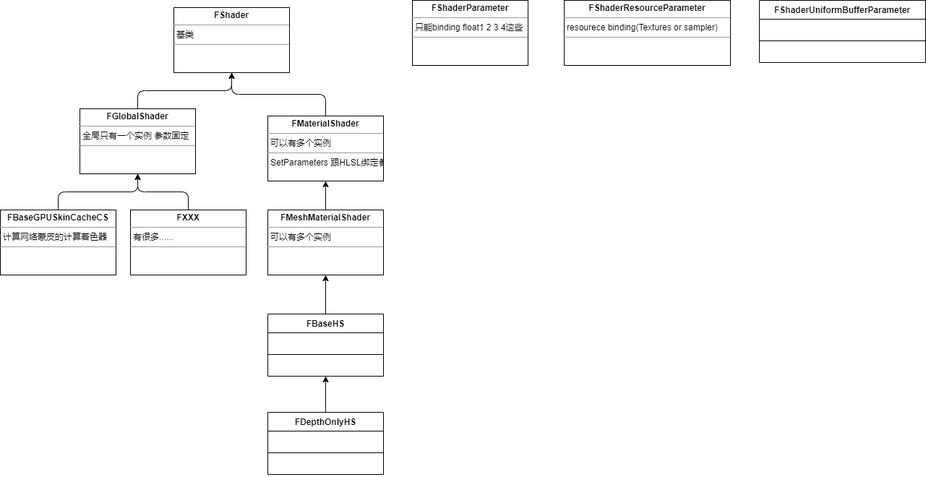
Before: drawio/UnrealShader.drawio.png, a diagram exported from draw.io (wlxklyh/book). Source tidied: cells renumbered, new cells last; positions are measured from the earlier drawing's top-left corner, leaving out a move shared by most shapes.
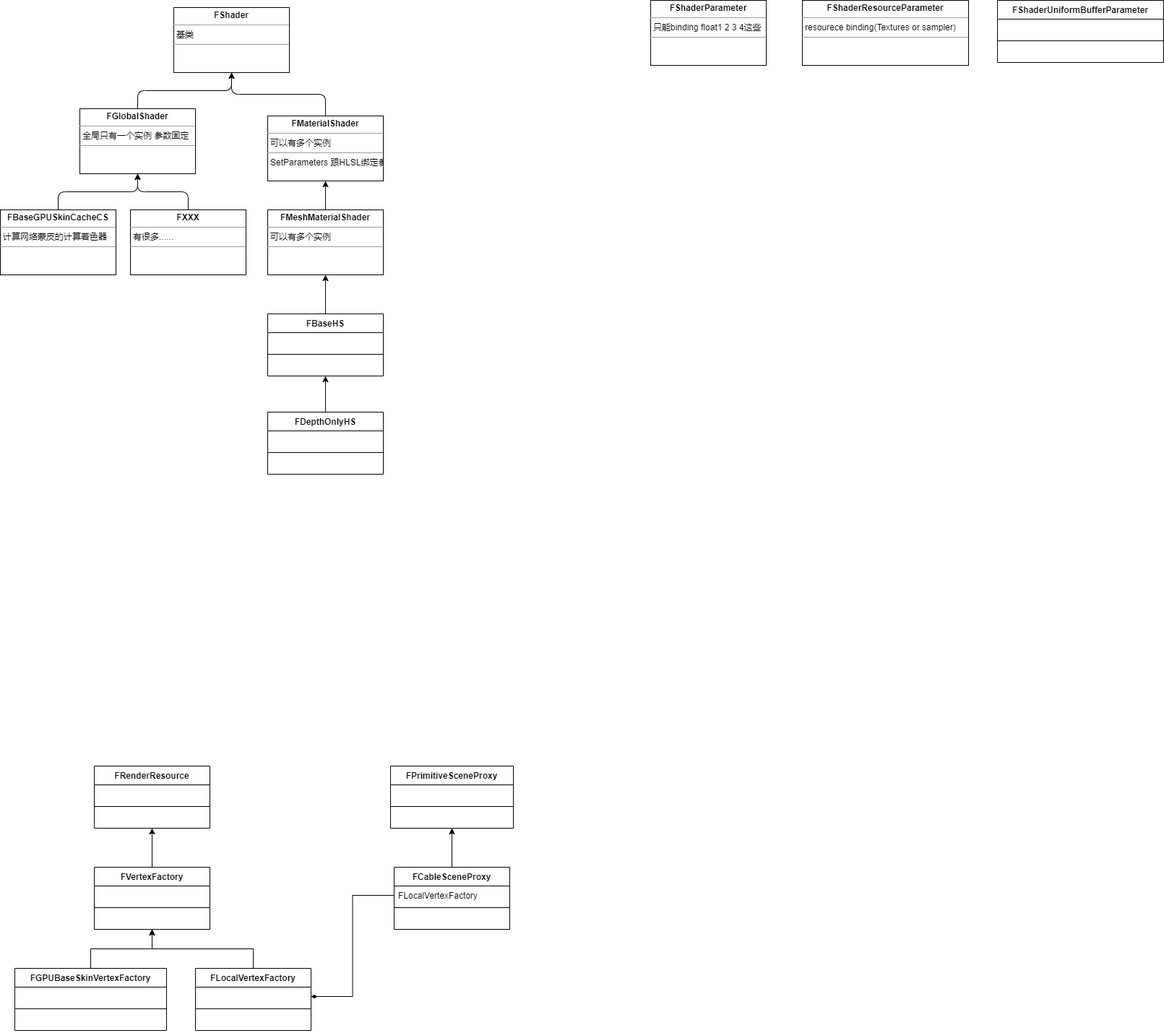
After the change.

What changed in the source:
```diff
@@ -36,13 +36,13 @@
       <mxGeometry x="180" y="290" width="160" height="90" as="geometry" />
     </mxCell>
     <mxCell id="13" value="&lt;p style=&quot;margin: 0px ; margin-top: 4px ; text-align: center&quot;&gt;&lt;b&gt;FShaderParameter&lt;/b&gt;&lt;/p&gt;&lt;hr size=&quot;1&quot;&gt;&lt;p style=&quot;margin: 0px ; margin-left: 4px&quot;&gt;只能binding float1 2 3 4这些&lt;/p&gt;&lt;hr size=&quot;1&quot;&gt;&lt;p style=&quot;margin: 0px ; margin-left: 4px&quot;&gt;&lt;br&gt;&lt;/p&gt;" style="verticalAlign=top;align=left;overflow=fill;fontSize=12;fontFamily=Helvetica;html=1;rounded=0;sketch=0;" parent="1" vertex="1">
-      <mxGeometry x="570" width="160" height="90" as="geometry" />
+      <mxGeometry x="900" width="160" height="90" as="geometry" />
     </mxCell>
     <mxCell id="14" value="&lt;p style=&quot;margin: 0px ; margin-top: 4px ; text-align: center&quot;&gt;&lt;b&gt;FShaderResourceParameter&lt;/b&gt;&lt;/p&gt;&lt;hr size=&quot;1&quot;&gt;&lt;p style=&quot;margin: 0px ; margin-left: 4px&quot;&gt;resourece binding(Textures or sampler)&lt;/p&gt;&lt;hr size=&quot;1&quot;&gt;&lt;p style=&quot;margin: 0px ; margin-left: 4px&quot;&gt;&lt;br&gt;&lt;/p&gt;" style="verticalAlign=top;align=left;overflow=fill;fontSize=12;fontFamily=Helvetica;html=1;rounded=0;sketch=0;" parent="1" vertex="1">
-      <mxGeometry x="780" width="230" height="90" as="geometry" />
+      <mxGeometry x="1110" width="230" height="90" as="geometry" />
     </mxCell>
     <mxCell id="15" value="FShaderUniformBufferParameter" style="swimlane;fontStyle=1;horizontal=1;startSize=26;" parent="1" vertex="1">
-      <mxGeometry x="1050" width="230" height="86" as="geometry" />
+      <mxGeometry x="1380" width="230" height="86" as="geometry" />
     </mxCell>
     <mxCell id="16" value=" " style="text;strokeColor=none;fillColor=none;align=left;verticalAlign=top;spacingLeft=4;spacingRight=4;overflow=hidden;" parent="15" vertex="1">
       <mxGeometry y="26" width="230" height="26" as="geometry" />
@@ -83,5 +83,92 @@
     <mxCell id="28" value=" " style="text;strokeColor=none;fillColor=none;align=left;verticalAlign=top;spacingLeft=4;spacingRight=4;overflow=hidden;" parent="25" vertex="1">
       <mxGeometry y="60" width="160" height="26" as="geometry" />
     </mxCell>
+    <mxCell id="29" value="FRenderResource" style="swimlane;fontStyle=1;horizontal=1;startSize=26;" parent="1" vertex="1">
+      <mxGeometry x="130" y="1060" width="160" height="86" as="geometry" />
+    </mxCell>
+    <mxCell id="30" value=" " style="text;strokeColor=none;fillColor=none;align=left;verticalAlign=top;spacingLeft=4;spacingRight=4;overflow=hidden;" parent="29" vertex="1">
+      <mxGeometry y="26" width="160" height="26" as="geometry" />
+    </mxCell>
+    <mxCell id="31" style="line;strokeWidth=1;fillColor=none;align=left;verticalAlign=middle;spacingTop=-1;spacingLeft=3;spacingRight=3;labelPosition=right;" parent="29" vertex="1">
+      <mxGeometry y="52" width="160" height="8" as="geometry" />
+    </mxCell>
+    <mxCell id="32" value=" " style="text;strokeColor=none;fillColor=none;align=left;verticalAlign=top;spacingLeft=4;spacingRight=4;overflow=hidden;" parent="29" vertex="1">
+      <mxGeometry y="60" width="160" height="26" as="geometry" />
+    </mxCell>
+    <mxCell id="33" style="edgeStyle=orthogonalEdgeStyle;rounded=0;jettySize=auto;html=1;" parent="1" edge="1" source="34" target="29">
+      <mxGeometry relative="1" as="geometry" />
+    </mxCell>
+    <mxCell id="34" value="FVertexFactory" style="swimlane;fontStyle=1;horizontal=1;startSize=26;" parent="1" vertex="1">
+      <mxGeometry x="130" y="1200" width="160" height="86" as="geometry" />
+    </mxCell>
+    <mxCell id="35" value=" " style="text;strokeColor=none;fillColor=none;align=left;verticalAlign=top;spacingLeft=4;spacingRight=4;overflow=hidden;" parent="34" vertex="1">
+      <mxGeometry y="26" width="160" height="26" as="geometry" />
+    </mxCell>
+    <mxCell id="36" style="line;strokeWidth=1;fillColor=none;align=left;verticalAlign=middle;spacingTop=-1;spacingLeft=3;spacingRight=3;labelPosition=right;" parent="34" vertex="1">
+      <mxGeometry y="52" width="160" height="8" as="geometry" />
+    </mxCell>
+    <mxCell id="37" value=" " style="text;strokeColor=none;fillColor=none;align=left;verticalAlign=top;spacingLeft=4;spacingRight=4;overflow=hidden;" parent="34" vertex="1">
+      <mxGeometry y="60" width="160" height="26" as="geometry" />
+    </mxCell>
+    <mxCell id="38" style="edgeStyle=orthogonalEdgeStyle;rounded=0;jettySize=auto;html=1;" parent="1" edge="1" source="39" target="34">
+      <mxGeometry relative="1" as="geometry" />
+    </mxCell>
+    <mxCell id="39" value="FLocalVertexFactory" style="swimlane;fontStyle=1;horizontal=1;startSize=26;" parent="1" vertex="1">
+      <mxGeometry x="270" y="1340" width="160" height="86" as="geometry" />
+    </mxCell>
+    <mxCell id="40" value=" " style="text;strokeColor=none;fillColor=none;align=left;verticalAlign=top;spacingLeft=4;spacingRight=4;overflow=hidden;points=[[0,0.5],[1,0.5]];portConstraint=eastwest;" parent="39" vertex="1">
+      <mxGeometry y="26" width="160" height="26" as="geometry" />
+    </mxCell>
+    <mxCell id="41" style="line;strokeWidth=1;fillColor=none;align=left;verticalAlign=middle;spacingTop=-1;spacingLeft=3;spacingRight=3;labelPosition=right;" parent="39" vertex="1">
+      <mxGeometry y="52" width="160" height="8" as="geometry" />
+    </mxCell>
+    <mxCell id="42" value=" " style="text;strokeColor=none;fillColor=none;align=left;verticalAlign=top;spacingLeft=4;spacingRight=4;overflow=hidden;" parent="39" vertex="1">
+      <mxGeometry y="60" width="160" height="26" as="geometry" />
+    </mxCell>
+    <mxCell id="43" style="edgeStyle=orthogonalEdgeStyle;rounded=0;jettySize=auto;html=1;" parent="1" edge="1" source="44" target="34">
+      <mxGeometry relative="1" as="geometry" />
+    </mxCell>
+    <mxCell id="44" value="FGPUBaseSkinVertexFactory" style="swimlane;fontStyle=1;horizontal=1;startSize=26;" parent="1" vertex="1">
+      <mxGeometry x="20" y="1340" width="210" height="86" as="geometry" />
+    </mxCell>
+    <mxCell id="45" value=" " style="text;strokeColor=none;fillColor=none;align=left;verticalAlign=top;spacingLeft=4;spacingRight=4;overflow=hidden;" parent="44" vertex="1">
+      <mxGeometry y="26" width="210" height="26" as="geometry" />
+    </mxCell>
+    <mxCell id="46" style="line;strokeWidth=1;fillColor=none;align=left;verticalAlign=middle;spacingTop=-1;spacingLeft=3;spacingRight=3;labelPosition=right;" parent="44" vertex="1">
+      <mxGeometry y="52" width="210" height="8" as="geometry" />
+    </mxCell>
+    <mxCell id="47" value=" " style="text;strokeColor=none;fillColor=none;align=left;verticalAlign=top;spacingLeft=4;spacingRight=4;overflow=hidden;" parent="44" vertex="1">
+      <mxGeometry y="60" width="210" height="26" as="geometry" />
+    </mxCell>
+    <mxCell id="48" value="FPrimitiveSceneProxy" style="swimlane;fontStyle=1;horizontal=1;startSize=26;" parent="1" vertex="1">
+      <mxGeometry x="540" y="1060" width="170" height="86" as="geometry" />
+    </mxCell>
+    <mxCell id="49" value=" " style="text;strokeColor=none;fillColor=none;align=left;verticalAlign=top;spacingLeft=4;spacingRight=4;overflow=hidden;" parent="48" vertex="1">
+      <mxGeometry y="26" width="170" height="26" as="geometry" />
+    </mxCell>
+    <mxCell id="50" style="line;strokeWidth=1;fillColor=none;align=left;verticalAlign=middle;spacingTop=-1;spacingLeft=3;spacingRight=3;labelPosition=right;" parent="48" vertex="1">
+      <mxGeometry y="52" width="170" height="8" as="geometry" />
+    </mxCell>
+    <mxCell id="51" value=" " style="text;strokeColor=none;fillColor=none;align=left;verticalAlign=top;spacingLeft=4;spacingRight=4;overflow=hidden;" parent="48" vertex="1">
+      <mxGeometry y="60" width="170" height="26" as="geometry" />
+    </mxCell>
+    <mxCell id="52" style="edgeStyle=orthogonalEdgeStyle;rounded=0;jettySize=auto;html=1;" parent="1" edge="1" source="53" target="48">
+      <mxGeometry relative="1" as="geometry" />
+    </mxCell>
+    <mxCell id="53" value="FCableSceneProxy" style="swimlane;fontStyle=1;horizontal=1;startSize=26;" parent="1" vertex="1">
+      <mxGeometry x="545" y="1200" width="160" height="86" as="geometry" />
+    </mxCell>
+    <mxCell id="54" value="FLocalVertexFactory " style="text;strokeColor=none;fillColor=none;align=left;verticalAlign=top;spacingLeft=4;spacingRight=4;overflow=hidden;points=[[0,0.5],[1,0.5]];portConstraint=eastwest;" parent="53" vertex="1">
+      <mxGeometry y="26" width="160" height="26" as="geometry" />
+    </mxCell>
+    <mxCell id="55" style="line;strokeWidth=1;fillColor=none;align=left;verticalAlign=middle;spacingTop=-1;spacingLeft=3;spacingRight=3;labelPosition=right;" parent="53" vertex="1">
+      <mxGeometry y="52" width="160" height="8" as="geometry" />
+    </mxCell>
+    <mxCell id="56" value=" " style="text;strokeColor=none;fillColor=none;align=left;verticalAlign=top;spacingLeft=4;spacingRight=4;overflow=hidden;" parent="53" vertex="1">
+      <mxGeometry y="60" width="160" height="26" as="geometry" />
+    </mxCell>
+    <mxCell id="57" style="edgeStyle=orthogonalEdgeStyle;rounded=0;jettySize=auto;html=1;exitX=0;exitY=0.5;exitDx=0;exitDy=0;endArrow=diamondThin;endFill=1;" parent="1" edge="1" source="54" target="40">
+      <mxGeometry relative="1" as="geometry" />
+    </mxCell>
   </root>
 </mxGraphModel>
```
